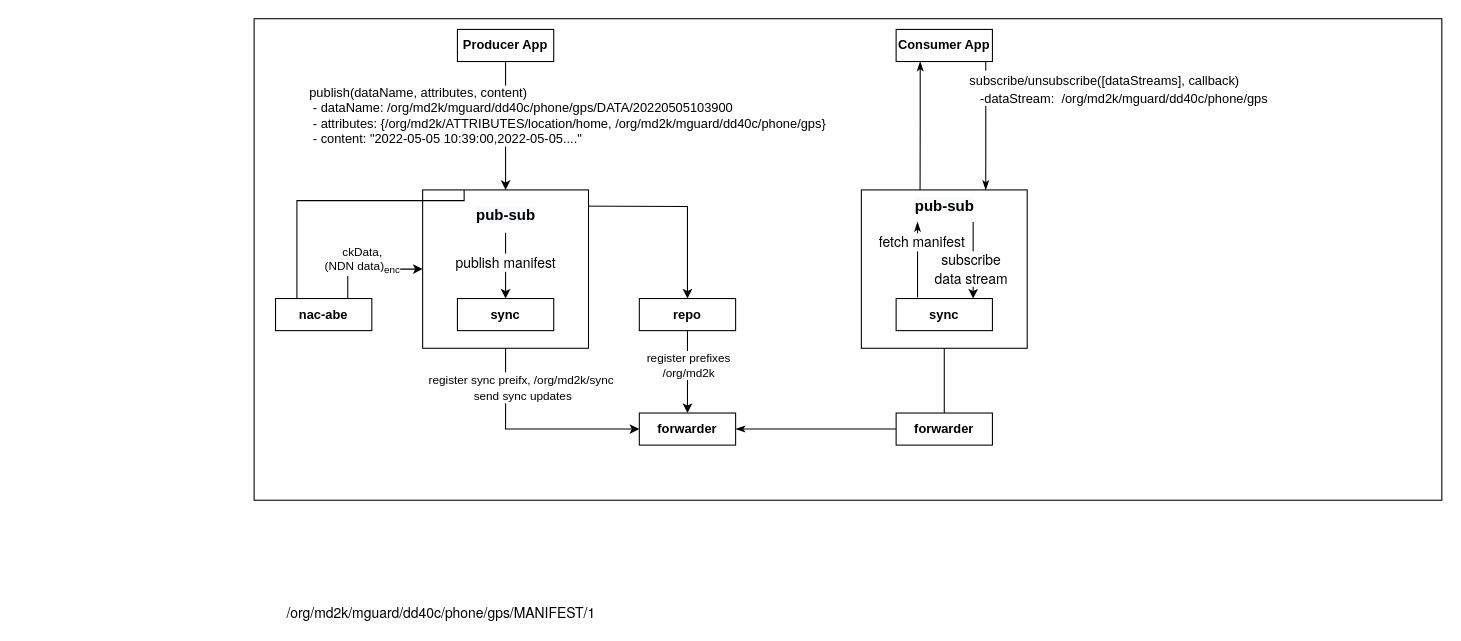
dulalsaurab/new-mguard keeps this draw.io diagram as page "Pub-sub" (4 of 5) of docs/Copy of mGuard .drawio. Above is the earlier version. Source tidied: cells renumbered, new cells numbered last; positions are measured from the earlier drawing's top-left corner, leaving out a move shared by most shapes. Both pictures are drawn from the tidied source at 107%, with x=0, y=0 at pixel (254, 18).
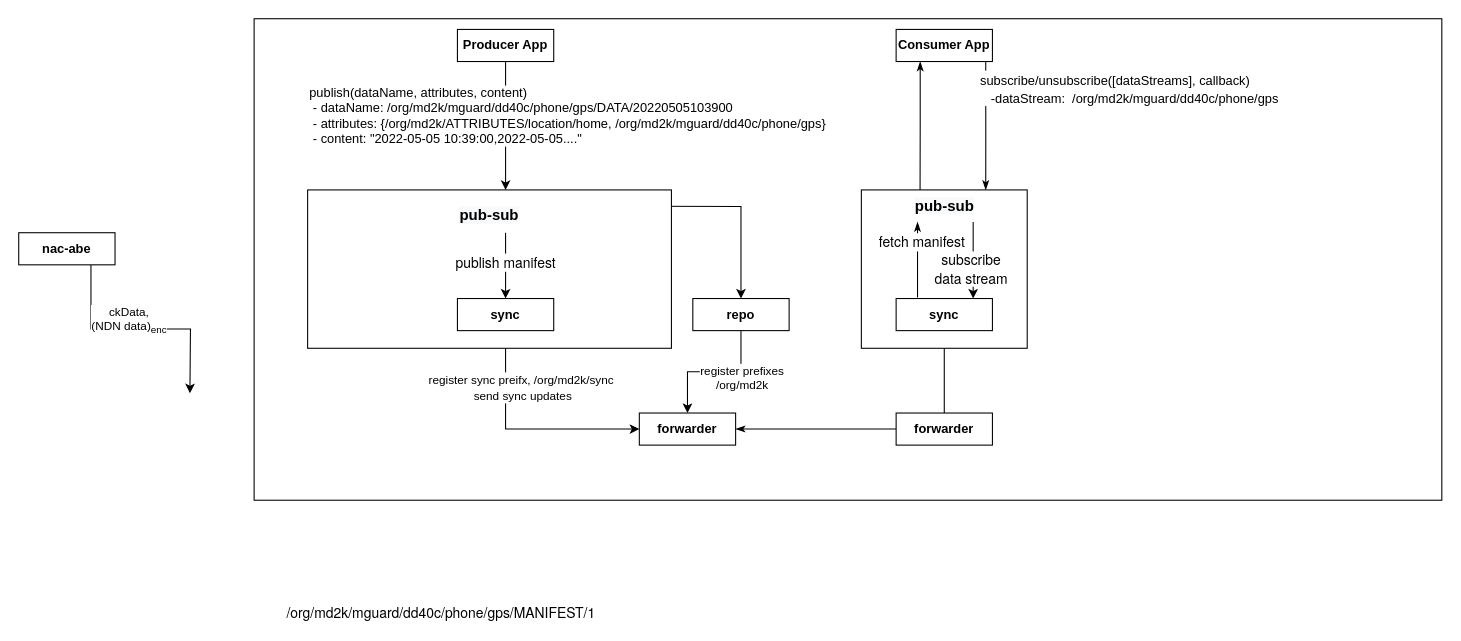
After the change.

What changed in the source:
```diff
@@
     <mxCell id="14" value="repo" style="rounded=0;whiteSpace=wrap;html=1;fontStyle=1;" parent="1" vertex="1">
-      <mxGeometry x="360" y="261.5" width="90" height="30" as="geometry" />
+      <mxGeometry x="410" y="261.5" width="90" height="30" as="geometry" />
     </mxCell>
-    <mxCell id="15" style="edgeStyle=orthogonalEdgeStyle;rounded=0;jettySize=auto;html=1;exitX=0.75;exitY=0;exitDx=0;exitDy=0;entryX=0;entryY=0.5;entryDx=0;entryDy=0;" parent="1" edge="1" source="35" target="21">
-      <mxGeometry relative="1" as="geometry" />
+    <mxCell id="15" style="edgeStyle=orthogonalEdgeStyle;rounded=0;jettySize=auto;html=1;exitX=0.75;exitY=1;exitDx=0;exitDy=0;" parent="1" edge="1" source="35">
+      <mxGeometry relative="1" as="geometry">
+        <mxPoint x="-60" y="350" as="targetPoint" />
+      </mxGeometry>
     </mxCell>
@@
     <mxCell id="21" value="&lt;span style=&quot;font-weight: 700; background-color: rgb(248, 249, 250); font-size: 14px;&quot;&gt;pub-sub&lt;br&gt;&lt;br&gt;&lt;br&gt;&lt;br&gt;&lt;br&gt;&lt;br&gt;&lt;br&gt;&lt;/span&gt;" style="rounded=0;whiteSpace=wrap;html=1;labelBackgroundColor=default;fontFamily=Helvetica;" parent="1" vertex="1">
-      <mxGeometry x="157.5" y="160" width="155" height="148" as="geometry" />
+      <mxGeometry x="50" y="160" width="340" height="148" as="geometry" />
     </mxCell>
@@
     <mxCell id="32" value="&lt;span style=&quot;font-size: 12px;&quot;&gt;subscribe/unsubscribe([dataStreams], callback)&lt;/span&gt;&lt;br style=&quot;font-size: 12px;&quot;&gt;&lt;span style=&quot;font-size: 12px;&quot;&gt;&amp;nbsp; &amp;nbsp; &amp;nbsp; &amp;nbsp; &amp;nbsp; &amp;nbsp;-dataStream:&amp;nbsp;&lt;/span&gt;&lt;span style=&quot;font-size: 12px; text-align: left;&quot;&gt;&amp;nbsp;/org/md2k/mguard/dd40c/phone/gps&lt;/span&gt;" style="text;html=1;strokeColor=none;fillColor=none;align=center;verticalAlign=middle;whiteSpace=wrap;rounded=0;labelBackgroundColor=#FFFFFF;fontFamily=Helvetica;fontSize=14;" parent="1" vertex="1">
-      <mxGeometry x="630" y="50" width="330" height="30" as="geometry" />
+      <mxGeometry x="650" y="50" width="310" height="30" as="geometry" />
     </mxCell>
@@
     <mxCell id="35" value="nac-abe" style="rounded=0;whiteSpace=wrap;html=1;fontStyle=1;" parent="1" vertex="1">
-      <mxGeometry x="20" y="261.5" width="90" height="30" as="geometry" />
+      <mxGeometry x="-220" y="200" width="90" height="30" as="geometry" />
     </mxCell>
-    <mxCell id="36" style="edgeStyle=orthogonalEdgeStyle;rounded=0;jettySize=auto;html=1;exitX=0.25;exitY=0;exitDx=0;exitDy=0;endArrow=none;" parent="1" edge="1" source="21" target="35">
-      <mxGeometry relative="1" as="geometry">
-        <Array as="points">
-          <mxPoint x="40" y="170" />
-        </Array>
-      </mxGeometry>
-    </mxCell>
```
